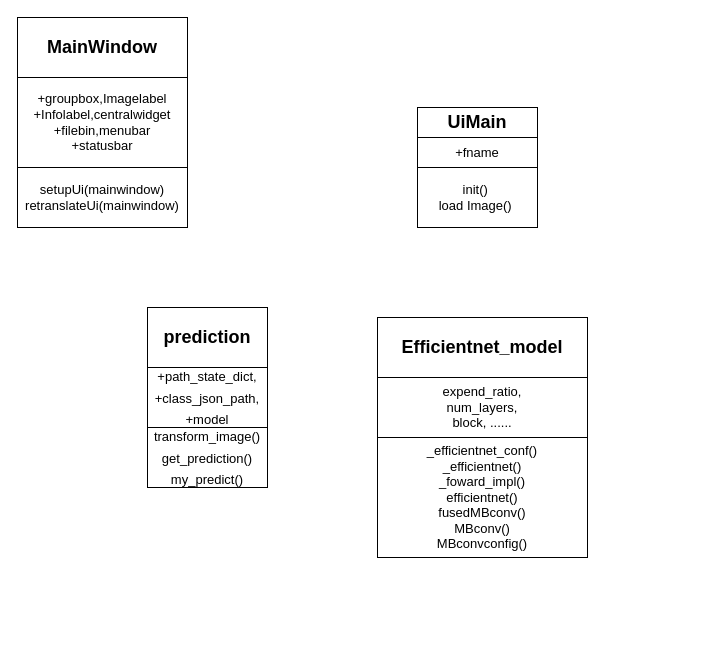
The draw.io diagram Untitled Diagram.drawio in PTRRT/basic_template, before the edit. Source tidied: cells renumbered, new cells numbered last; positions are measured from the earlier drawing's top-left corner, leaving out a move shared by most shapes. Both pictures are drawn from the tidied source at 100%, with x=0, y=0 at pixel (17, 17).
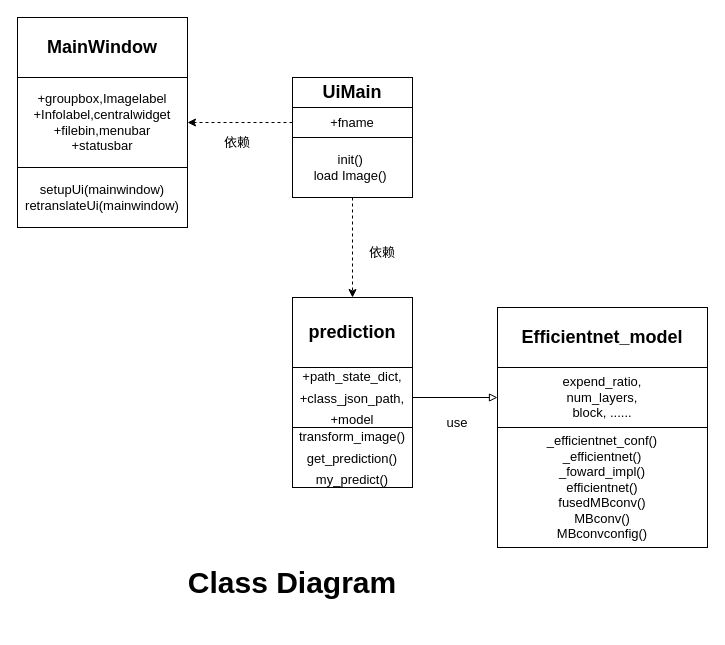
The same diagram, later.

The change refers to these unchanged cells:
```xml
<mxCell id="7" value="+fname" style="rounded=0;whiteSpace=wrap;html=1;fontSize=13;strokeWidth=1;" parent="4" vertex="1">
  <mxGeometry y="30" width="120" height="30" as="geometry" />
</mxCell>
<mxCell id="8" value="init()&amp;nbsp;&lt;br&gt;load Image()&amp;nbsp;" style="rounded=0;whiteSpace=wrap;html=1;fontSize=13;strokeWidth=1;" parent="4" vertex="1">
  <mxGeometry y="60" width="120" height="60" as="geometry" />
</mxCell>
<mxCell id="10" value="+groupbox,Imagelabel&lt;br&gt;+Infolabel,centralwidget&lt;br&gt;+filebin,menubar&lt;br&gt;+statusbar" style="rounded=0;whiteSpace=wrap;html=1;fontSize=13;strokeWidth=1;" parent="1" vertex="1">
  <mxGeometry y="60" width="170" height="90" as="geometry" />
</mxCell>
```

The edit, as a diff of the source:
```diff
@@
     <mxCell id="2" value="&lt;font style=&quot;font-size: 18px&quot;&gt;&lt;b&gt;prediction&lt;/b&gt;&lt;/font&gt;" style="rounded=0;whiteSpace=wrap;html=1;" parent="1" vertex="1">
-      <mxGeometry x="130" y="290" width="120" height="60" as="geometry" />
+      <mxGeometry x="275" y="280" width="120" height="70" as="geometry" />
     </mxCell>
     <mxCell id="3" value="&lt;div&gt;&lt;b style=&quot;font-size: 18px&quot;&gt;Efficientnet_model&lt;/b&gt;&lt;/div&gt;" style="rounded=0;whiteSpace=wrap;html=1;align=center;" parent="1" vertex="1">
-      <mxGeometry x="360" y="300" width="210" height="60" as="geometry" />
+      <mxGeometry x="480" y="290" width="210" height="60" as="geometry" />
     </mxCell>
     <mxCell id="4" style="group;" parent="1" vertex="1">
-      <mxGeometry x="400" y="90" width="120" height="120" as="geometry" />
+      <mxGeometry x="275" y="60" width="120" height="120" as="geometry" />
     </mxCell>
@@
+    <mxCell id="16" style="edgeStyle=orthogonalEdgeStyle;rounded=0;jettySize=auto;html=1;fontSize=13;endArrow=block;endFill=0;" parent="1" edge="1" source="12" target="15">
+      <mxGeometry relative="1" as="geometry" />
+    </mxCell>
     <mxCell id="12" value="&lt;font style=&quot;font-size: 13px&quot;&gt;+&lt;font style=&quot;font-size: 13px&quot;&gt;p&lt;/font&gt;ath_state_dict,&lt;br&gt;+class_json_path,&lt;br&gt;+model&lt;br&gt;&lt;/font&gt;" style="rounded=0;whiteSpace=wrap;html=1;fontSize=18;strokeWidth=1;" parent="1" vertex="1">
-      <mxGeometry x="130" y="350" width="120" height="60" as="geometry" />
+      <mxGeometry x="275" y="350" width="120" height="60" as="geometry" />
     </mxCell>
     <mxCell id="13" value="&lt;font style=&quot;font-size: 13px&quot;&gt;transform_image()&lt;br&gt;get_prediction()&lt;br&gt;my_predict()&lt;br&gt;&lt;/font&gt;" style="rounded=0;whiteSpace=wrap;html=1;fontSize=18;strokeWidth=1;" parent="1" vertex="1">
-      <mxGeometry x="130" y="410" width="120" height="60" as="geometry" />
+      <mxGeometry x="275" y="410" width="120" height="60" as="geometry" />
     </mxCell>
     <mxCell id="14" value="_efficientnet_conf()&lt;br&gt;_efficientnet()&lt;br&gt;_foward_impl()&lt;br&gt;efficientnet()&lt;br&gt;fusedMBconv()&lt;br&gt;MBconv()&lt;br&gt;MBconvconfig()" style="rounded=0;whiteSpace=wrap;html=1;fontSize=13;strokeWidth=1;" parent="1" vertex="1">
-      <mxGeometry x="360" y="420" width="210" height="120" as="geometry" />
+      <mxGeometry x="480" y="410" width="210" height="120" as="geometry" />
     </mxCell>
     <mxCell id="15" value="expend_ratio,&lt;br&gt;num_layers,&lt;br&gt;block, ......" style="rounded=0;whiteSpace=wrap;html=1;fontSize=13;strokeWidth=1;" parent="1" vertex="1">
-      <mxGeometry x="360" y="360" width="210" height="60" as="geometry" />
+      <mxGeometry x="480" y="350" width="210" height="60" as="geometry" />
     </mxCell>
+    <mxCell id="17" style="edgeStyle=orthogonalEdgeStyle;rounded=0;jettySize=auto;html=1;fontSize=13;dashed=1;" parent="1" edge="1" source="7" target="10">
+      <mxGeometry relative="1" as="geometry" />
+    </mxCell>
+    <mxCell id="18" style="edgeStyle=orthogonalEdgeStyle;rounded=0;jettySize=auto;html=1;dashed=1;fontSize=13;" parent="1" edge="1" source="8" target="2">
+      <mxGeometry relative="1" as="geometry" />
+    </mxCell>
+    <mxCell id="19" value="依赖" style="text;html=1;strokeColor=none;fillColor=none;align=center;verticalAlign=middle;whiteSpace=wrap;rounded=0;fontSize=13;" parent="1" vertex="1">
+      <mxGeometry x="190" y="110" width="60" height="30" as="geometry" />
+    </mxCell>
+    <mxCell id="20" value="依赖" style="text;html=1;strokeColor=none;fillColor=none;align=center;verticalAlign=middle;whiteSpace=wrap;rounded=0;fontSize=13;" parent="1" vertex="1">
+      <mxGeometry x="335" y="220" width="60" height="30" as="geometry" />
+    </mxCell>
+    <mxCell id="21" value="use" style="text;html=1;strokeColor=none;fillColor=none;align=center;verticalAlign=middle;whiteSpace=wrap;rounded=0;fontSize=13;" parent="1" vertex="1">
+      <mxGeometry x="410" y="390" width="60" height="30" as="geometry" />
+    </mxCell>
+    <mxCell id="22" value="&lt;b&gt;&lt;font style=&quot;font-size: 30px&quot;&gt;Class Diagram&lt;/font&gt;&lt;/b&gt;" style="text;html=1;strokeColor=none;fillColor=none;align=center;verticalAlign=middle;whiteSpace=wrap;rounded=0;fontSize=13;" parent="1" vertex="1">
+      <mxGeometry x="140" y="520" width="270" height="90" as="geometry" />
+    </mxCell>
```
